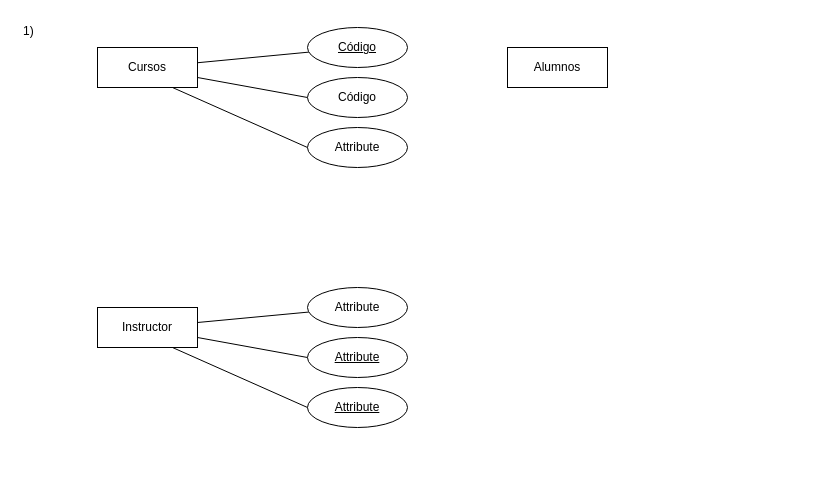
Earlier version of the draw.io diagram Diagrama ejercicios.drawio (dariomiguel/basededatos). Source tidied: cells renumbered, new cells numbered last; positions are measured from the earlier drawing's top-left corner, leaving out a move shared by most shapes. Both pictures are drawn from the tidied source at 100%, with x=0, y=0 at pixel (17, 17).
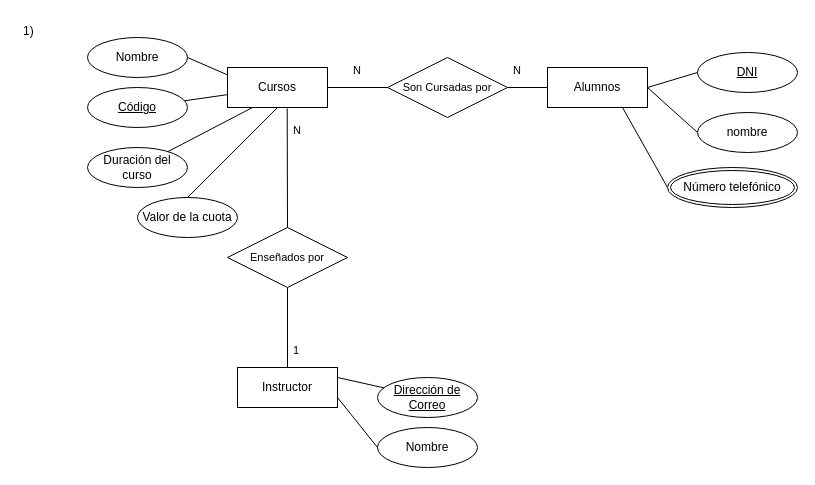
The same diagram, later.

What changed in the source:
```diff
@@
-    <mxCell id="3" style="rounded=0;jettySize=auto;html=1;exitX=1;exitY=0.75;exitDx=0;exitDy=0;entryX=0;entryY=0.5;entryDx=0;entryDy=0;endArrow=none;endFill=0;elbow=vertical;" parent="1" edge="1" source="5" target="7">
+    <mxCell id="3" style="rounded=0;jettySize=auto;html=1;exitX=0.75;exitY=1;exitDx=0;exitDy=0;entryX=1;entryY=0.5;entryDx=0;entryDy=0;endArrow=none;endFill=0;elbow=vertical;" parent="1" edge="1" source="5" target="7">
       <mxGeometry relative="1" as="geometry" />
     </mxCell>
-    <mxCell id="4" style="rounded=0;jettySize=auto;html=1;exitX=0.75;exitY=1;exitDx=0;exitDy=0;entryX=0;entryY=0.5;entryDx=0;entryDy=0;endArrow=none;endFill=0;elbow=vertical;" parent="1" edge="1" source="5" target="8">
+    <mxCell id="4" style="rounded=0;jettySize=auto;html=1;exitX=0.5;exitY=1;exitDx=0;exitDy=0;entryX=0.5;entryY=0;entryDx=0;entryDy=0;endArrow=none;endFill=0;elbow=vertical;" parent="1" edge="1" source="5" target="8">
       <mxGeometry relative="1" as="geometry" />
     </mxCell>
+    <mxCell id="18" style="rounded=0;jettySize=auto;html=1;exitX=0.25;exitY=1;exitDx=0;exitDy=0;endArrow=none;endFill=0;" parent="1" edge="1" source="5" target="22">
+      <mxGeometry relative="1" as="geometry" />
+    </mxCell>
+    <mxCell id="19" style="edgeStyle=none;shape=connector;rounded=0;jettySize=auto;html=1;exitX=1;exitY=0.5;exitDx=0;exitDy=0;entryX=0;entryY=0.5;entryDx=0;entryDy=0;strokeColor=default;align=center;verticalAlign=middle;fontFamily=Helvetica;fontSize=11;fontColor=default;labelBackgroundColor=default;endArrow=none;endFill=0;" parent="1" edge="1" source="5" target="28">
+      <mxGeometry relative="1" as="geometry" />
+    </mxCell>
     <mxCell id="5" value="Cursos" style="whiteSpace=wrap;html=1;align=center;" parent="1" vertex="1">
-      <mxGeometry x="80" y="30" width="100" height="40" as="geometry" />
+      <mxGeometry x="210" y="50" width="100" height="40" as="geometry" />
     </mxCell>
     <mxCell id="6" value="&lt;span style=&quot;text-decoration-line: underline;&quot;&gt;Código&lt;/span&gt;" style="ellipse;whiteSpace=wrap;html=1;align=center;" parent="1" vertex="1">
-      <mxGeometry x="290" y="10" width="100" height="40" as="geometry" />
+      <mxGeometry x="70" y="70" width="100" height="40" as="geometry" />
     </mxCell>
-    <mxCell id="7" value="Código" style="ellipse;whiteSpace=wrap;html=1;align=center;fontStyle=0;" parent="1" vertex="1">
-      <mxGeometry x="290" y="60" width="100" height="40" as="geometry" />
+    <mxCell id="7" value="Nombre" style="ellipse;whiteSpace=wrap;html=1;align=center;fontStyle=0;" parent="1" vertex="1">
+      <mxGeometry x="70" y="20" width="100" height="40" as="geometry" />
     </mxCell>
-    <mxCell id="8" value="Attribute" style="ellipse;whiteSpace=wrap;html=1;align=center;fontStyle=0;" parent="1" vertex="1">
-      <mxGeometry x="290" y="110" width="100" height="40" as="geometry" />
+    <mxCell id="8" value="Valor de la cuota" style="ellipse;whiteSpace=wrap;html=1;align=center;fontStyle=0;" parent="1" vertex="1">
+      <mxGeometry x="120" y="180" width="100" height="40" as="geometry" />
     </mxCell>
@@
+    <mxCell id="20" style="rounded=0;jettySize=auto;html=1;exitX=0.75;exitY=1;exitDx=0;exitDy=0;entryX=0;entryY=0.5;entryDx=0;entryDy=0;endArrow=none;endFill=0;" parent="1" edge="1" source="10" target="35">
+      <mxGeometry relative="1" as="geometry" />
+    </mxCell>
     <mxCell id="10" value="Alumnos" style="whiteSpace=wrap;html=1;align=center;" parent="1" vertex="1">
-      <mxGeometry x="490" y="30" width="100" height="40" as="geometry" />
+      <mxGeometry x="530" y="50" width="100" height="40" as="geometry" />
     </mxCell>
+    <mxCell id="21" style="edgeStyle=none;shape=connector;rounded=0;jettySize=auto;html=1;exitX=0.5;exitY=0;exitDx=0;exitDy=0;entryX=0.5;entryY=1;entryDx=0;entryDy=0;strokeColor=default;align=center;verticalAlign=middle;fontFamily=Helvetica;fontSize=11;fontColor=default;labelBackgroundColor=default;endArrow=none;endFill=0;" parent="1" edge="1" source="11" target="29">
+      <mxGeometry relative="1" as="geometry" />
+    </mxCell>
     <mxCell id="11" value="Instructor" style="whiteSpace=wrap;html=1;align=center;" parent="1" vertex="1">
-      <mxGeometry x="80" y="290" width="100" height="40" as="geometry" />
+      <mxGeometry x="220" y="350" width="100" height="40" as="geometry" />
     </mxCell>
-    <mxCell id="12" style="rounded=0;jettySize=auto;html=1;endArrow=none;endFill=0;elbow=vertical;" parent="1" edge="1" target="15">
-      <mxGeometry relative="1" as="geometry">
-        <mxPoint x="180" y="305" as="sourcePoint" />
-      </mxGeometry>
+    <mxCell id="12" style="rounded=0;jettySize=auto;html=1;endArrow=none;endFill=0;elbow=vertical;exitX=1;exitY=0.25;exitDx=0;exitDy=0;" parent="1" edge="1" source="11" target="15">
+      <mxGeometry relative="1" as="geometry" />
     </mxCell>
-    <mxCell id="13" style="rounded=0;jettySize=auto;html=1;exitX=1;exitY=0.75;exitDx=0;exitDy=0;entryX=0;entryY=0.5;entryDx=0;entryDy=0;endArrow=none;endFill=0;elbow=vertical;" parent="1" edge="1" target="16">
-      <mxGeometry relative="1" as="geometry">
-        <mxPoint x="180" y="320" as="sourcePoint" />
-      </mxGeometry>
+    <mxCell id="13" style="rounded=0;jettySize=auto;html=1;exitX=1;exitY=0.75;exitDx=0;exitDy=0;entryX=0;entryY=0.5;entryDx=0;entryDy=0;endArrow=none;endFill=0;elbow=vertical;" parent="1" edge="1" source="11" target="16">
+      <mxGeometry relative="1" as="geometry" />
     </mxCell>
-    <mxCell id="14" style="rounded=0;jettySize=auto;html=1;exitX=0.75;exitY=1;exitDx=0;exitDy=0;entryX=0;entryY=0.5;entryDx=0;entryDy=0;endArrow=none;endFill=0;elbow=vertical;" parent="1" edge="1" target="17">
-      <mxGeometry relative="1" as="geometry">
-        <mxPoint x="155" y="330" as="sourcePoint" />
-      </mxGeometry>
-    </mxCell>
-    <mxCell id="15" value="Attribute" style="ellipse;whiteSpace=wrap;html=1;align=center;" parent="1" vertex="1">
-      <mxGeometry x="290" y="270" width="100" height="40" as="geometry" />
+    <mxCell id="15" value="Dirección de Correo" style="ellipse;whiteSpace=wrap;html=1;align=center;fontStyle=4;" parent="1" vertex="1">
+      <mxGeometry x="360" y="360" width="100" height="40" as="geometry" />
     </mxCell>
-    <mxCell id="16" value="Attribute" style="ellipse;whiteSpace=wrap;html=1;align=center;fontStyle=4;" parent="1" vertex="1">
-      <mxGeometry x="290" y="320" width="100" height="40" as="geometry" />
+    <mxCell id="16" value="Nombre" style="ellipse;whiteSpace=wrap;html=1;align=center;fontStyle=0;" parent="1" vertex="1">
+      <mxGeometry x="360" y="410" width="100" height="40" as="geometry" />
     </mxCell>
-    <mxCell id="17" value="Attribute" style="ellipse;whiteSpace=wrap;html=1;align=center;fontStyle=4;" parent="1" vertex="1">
-      <mxGeometry x="290" y="370" width="100" height="40" as="geometry" />
-    </mxCell>
+    <mxCell id="22" value="Duración del curso" style="ellipse;align=center;fontStyle=0;whiteSpace=wrap;html=1;" parent="1" vertex="1">
+      <mxGeometry x="70" y="130" width="100" height="40" as="geometry" />
+    </mxCell>
+    <mxCell id="23" style="rounded=0;jettySize=auto;html=1;exitX=0;exitY=0.5;exitDx=0;exitDy=0;entryX=1;entryY=0.5;entryDx=0;entryDy=0;endArrow=none;endFill=0;" parent="1" edge="1" source="24" target="10">
+      <mxGeometry relative="1" as="geometry" />
+    </mxCell>
+    <mxCell id="24" value="nombre" style="ellipse;whiteSpace=wrap;html=1;align=center;" parent="1" vertex="1">
+      <mxGeometry x="680" y="95" width="100" height="40" as="geometry" />
+    </mxCell>
+    <mxCell id="25" value="DNI" style="ellipse;whiteSpace=wrap;html=1;align=center;fontStyle=4;" parent="1" vertex="1">
+      <mxGeometry x="680" y="35" width="100" height="40" as="geometry" />
+    </mxCell>
+    <mxCell id="26" style="rounded=0;jettySize=auto;html=1;exitX=1;exitY=0.5;exitDx=0;exitDy=0;entryX=0;entryY=0.5;entryDx=0;entryDy=0;endArrow=none;endFill=0;" parent="1" edge="1" source="10" target="25">
+      <mxGeometry relative="1" as="geometry" />
+    </mxCell>
+    <mxCell id="27" style="edgeStyle=none;shape=connector;rounded=0;jettySize=auto;html=1;exitX=1;exitY=0.5;exitDx=0;exitDy=0;entryX=0;entryY=0.5;entryDx=0;entryDy=0;strokeColor=default;align=center;verticalAlign=middle;fontFamily=Helvetica;fontSize=11;fontColor=default;labelBackgroundColor=default;endArrow=none;endFill=0;" parent="1" edge="1" source="28" target="10">
+      <mxGeometry relative="1" as="geometry" />
+    </mxCell>
+    <mxCell id="28" value="Son Cursadas por" style="shape=rhombus;perimeter=rhombusPerimeter;whiteSpace=wrap;html=1;align=center;fontFamily=Helvetica;fontSize=11;fontColor=default;labelBackgroundColor=default;" parent="1" vertex="1">
+      <mxGeometry x="370" y="40" width="120" height="60" as="geometry" />
+    </mxCell>
+    <mxCell id="29" value="Enseñados por" style="shape=rhombus;perimeter=rhombusPerimeter;whiteSpace=wrap;html=1;align=center;fontFamily=Helvetica;fontSize=11;fontColor=default;labelBackgroundColor=default;" parent="1" vertex="1">
+      <mxGeometry x="210" y="210" width="120" height="60" as="geometry" />
+    </mxCell>
+    <mxCell id="30" style="edgeStyle=none;shape=connector;rounded=0;jettySize=auto;html=1;exitX=0.5;exitY=0;exitDx=0;exitDy=0;entryX=0.597;entryY=1.023;entryDx=0;entryDy=0;entryPerimeter=0;strokeColor=default;align=center;verticalAlign=middle;fontFamily=Helvetica;fontSize=11;fontColor=default;labelBackgroundColor=default;endArrow=none;endFill=0;" parent="1" edge="1" source="29" target="5">
+      <mxGeometry relative="1" as="geometry" />
+    </mxCell>
+    <mxCell id="31" value="N" style="text;strokeColor=none;fillColor=none;spacingLeft=4;spacingRight=4;overflow=hidden;fontSize=11;whiteSpace=wrap;html=1;fontFamily=Helvetica;fontColor=default;labelBackgroundColor=default;" parent="1" vertex="1">
+      <mxGeometry x="270" y="100" width="40" height="30" as="geometry" />
+    </mxCell>
+    <mxCell id="32" value="1" style="text;strokeColor=none;fillColor=none;spacingLeft=4;spacingRight=4;overflow=hidden;fontSize=11;whiteSpace=wrap;html=1;fontFamily=Helvetica;fontColor=default;labelBackgroundColor=default;" parent="1" vertex="1">
+      <mxGeometry x="270" y="320" width="40" height="30" as="geometry" />
+    </mxCell>
+    <mxCell id="33" value="N" style="text;strokeColor=none;fillColor=none;spacingLeft=4;spacingRight=4;overflow=hidden;fontSize=11;whiteSpace=wrap;html=1;fontFamily=Helvetica;fontColor=default;labelBackgroundColor=default;" parent="1" vertex="1">
+      <mxGeometry x="330" y="40" width="40" height="30" as="geometry" />
+    </mxCell>
+    <mxCell id="34" value="N" style="text;strokeColor=none;fillColor=none;spacingLeft=4;spacingRight=4;overflow=hidden;fontSize=11;whiteSpace=wrap;html=1;fontFamily=Helvetica;fontColor=default;labelBackgroundColor=default;" parent="1" vertex="1">
+      <mxGeometry x="490" y="40" width="40" height="30" as="geometry" />
+    </mxCell>
+    <mxCell id="35" value="&lt;span style=&quot;font-size: 12px; text-wrap: nowrap; background-color: rgb(251, 251, 251);&quot;&gt;Número telefónico&lt;/span&gt;" style="ellipse;shape=doubleEllipse;margin=3;whiteSpace=wrap;html=1;align=center;fontFamily=Helvetica;fontSize=11;fontColor=default;labelBackgroundColor=default;" parent="1" vertex="1">
+      <mxGeometry x="650" y="150" width="130" height="40" as="geometry" />
+    </mxCell>
```
